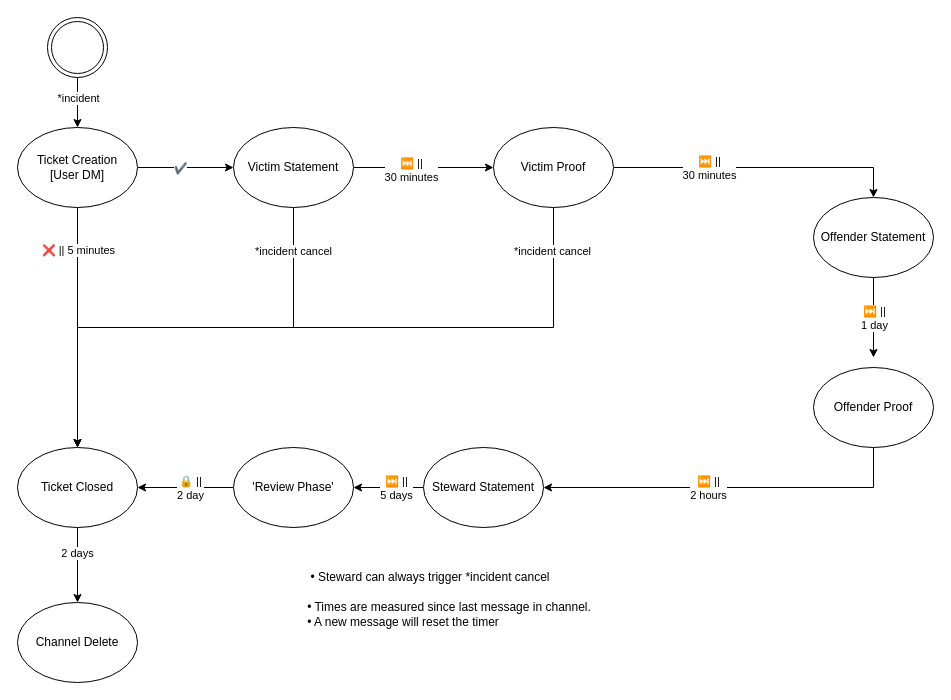
Before: StateMachine.drawio in Mayerch1/IncidentBot, a draw.io diagram. Source tidied: cells renumbered, new cells numbered last; positions are measured from the earlier drawing's top-left corner, leaving out a move shared by most shapes. Both pictures are drawn from the tidied source at 100%, with x=0, y=0 at pixel (17, 17).
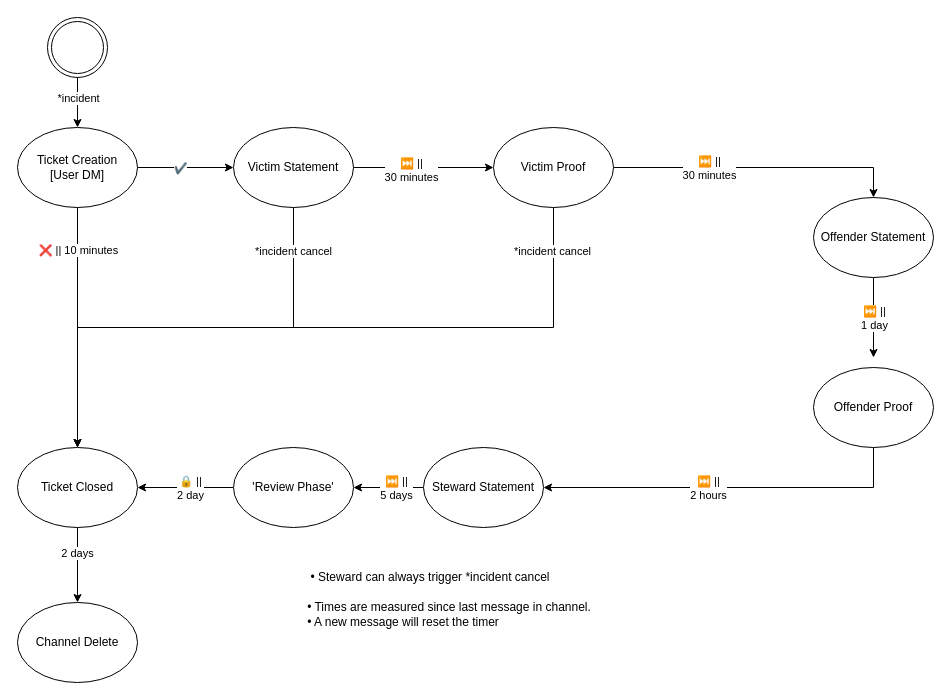
Above is the later version.

Commit message (it also covers changes not shown here):
infringement to be entered by driver in setup

Unchanged cells that the change refers to:
```xml
<mxCell id="2" style="edgeStyle=orthogonalEdgeStyle;rounded=0;jettySize=auto;html=1;entryX=0.5;entryY=0;entryDx=0;entryDy=0;" parent="1" edge="1" source="6" target="30">
  <mxGeometry relative="1" as="geometry" />
</mxCell>
```

The edit, as a diff of the source:
```diff
@@
-    <mxCell id="3" value="❌ || 5 minutes" style="edgeLabel;html=1;align=center;verticalAlign=middle;" parent="2" vertex="1">
+    <mxCell id="3" value="❌ || 10 minutes" style="edgeLabel;html=1;align=center;verticalAlign=middle;" parent="2" vertex="1">
       <mxGeometry x="-0.28" y="-2" relative="1" as="geometry">
         <mxPoint x="2" y="-43.4" as="offset" />
       </mxGeometry>
     </mxCell>
```
